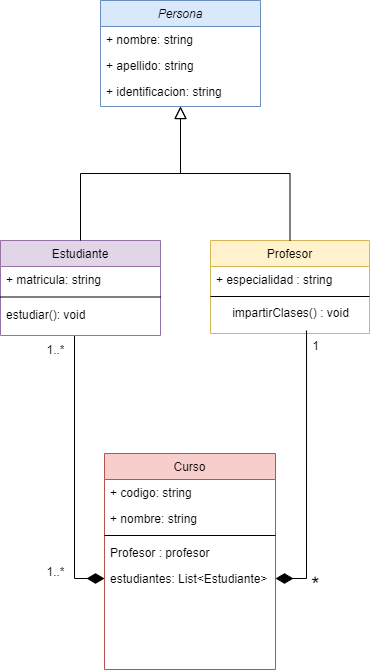
The draw.io diagram GestionDeVehpiculos.png in aleCentenouwuwu/DiagramaDeClases, before a commit. Source tidied: cells renumbered, new cells last; positions are measured from the earlier drawing's top-left corner, leaving out a move shared by most shapes.
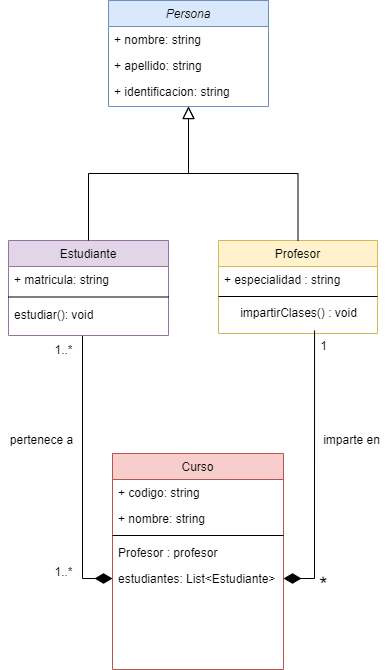
After the commit.

Diff of the diagram source:
```diff
@@ -88,5 +88,11 @@
     <mxCell id="27" value="1..*" style="text;html=1;align=center;verticalAlign=middle;strokeColor=none;fillColor=none;" parent="1" vertex="1">
       <mxGeometry x="37" y="559" width="36" height="26" as="geometry" />
     </mxCell>
+    <mxCell id="28" value="imparte en" style="text;html=1;align=center;verticalAlign=middle;strokeColor=none;fillColor=none;" parent="1" vertex="1">
+      <mxGeometry x="305" y="427" width="75" height="26" as="geometry" />
+    </mxCell>
+    <mxCell id="29" value="pertenece a" style="text;html=1;align=center;verticalAlign=middle;strokeColor=none;fillColor=none;" parent="1" vertex="1">
+      <mxGeometry x="-8" y="427" width="81" height="26" as="geometry" />
+    </mxCell>
   </root>
 </mxGraphModel>
```
